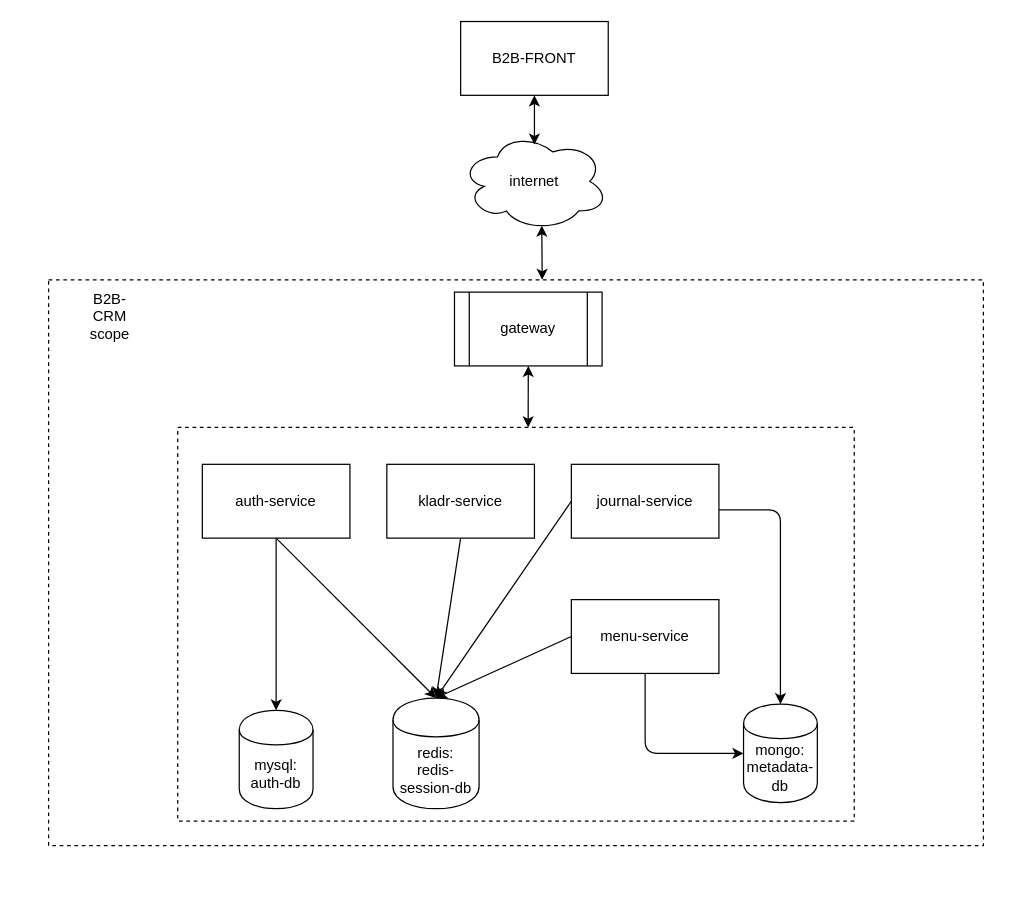
The draw.io diagram microservices-diagram.drawio in greenfield0000/deliveryfood, before the edit. Source tidied: cells renumbered, new cells numbered last; positions are measured from the earlier drawing's top-left corner, leaving out a move shared by most shapes. Both pictures are drawn from the tidied source at 123%, with x=0, y=0 at pixel (48, 21).
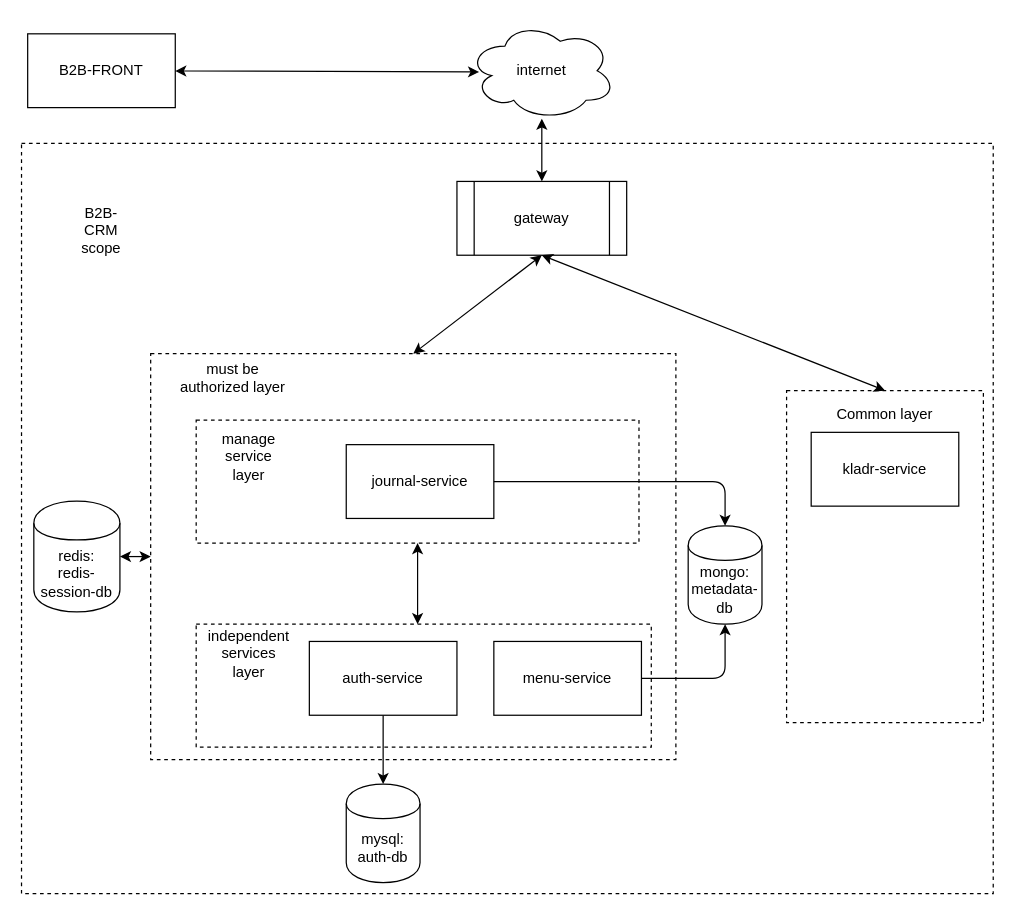
The same diagram, later.

Diff of the diagram source:
```diff
@@
-    <mxCell id="2" style="rounded=0;whiteSpace=wrap;html=1;dashed=1;fillColor=none;" parent="1" vertex="1">
-      <mxGeometry y="210" width="760" height="460" as="geometry" />
-    </mxCell>
@@
     <mxCell id="4" value="auth-service" style="rounded=0;whiteSpace=wrap;html=1;" parent="1" vertex="1">
-      <mxGeometry x="125" y="360" width="120" height="60" as="geometry" />
+      <mxGeometry x="212" y="504" width="120" height="60" as="geometry" />
     </mxCell>
     <mxCell id="5" value="mysql:&lt;br&gt;auth-db" style="shape=cylinder;whiteSpace=wrap;html=1;boundedLbl=1;backgroundOutline=1;fillColor=none;" parent="1" vertex="1">
-      <mxGeometry x="155" y="560" width="60" height="80" as="geometry" />
+      <mxGeometry x="242" y="620" width="60" height="80" as="geometry" />
     </mxCell>
     <mxCell id="6" value="redis:&lt;br&gt;redis-session-db" style="shape=cylinder;whiteSpace=wrap;html=1;boundedLbl=1;backgroundOutline=1;fillColor=none;" parent="1" vertex="1">
-      <mxGeometry x="280" y="550" width="70" height="90" as="geometry" />
+      <mxGeometry x="-12" y="390" width="70" height="90" as="geometry" />
     </mxCell>
     <mxCell id="7" value="kladr-service" style="rounded=0;whiteSpace=wrap;html=1;fillColor=none;" parent="1" vertex="1">
-      <mxGeometry x="275" y="360" width="120" height="60" as="geometry" />
+      <mxGeometry x="620" y="334" width="120" height="60" as="geometry" />
     </mxCell>
     <mxCell id="8" value="journal-service" style="rounded=0;whiteSpace=wrap;html=1;fillColor=none;" parent="1" vertex="1">
-      <mxGeometry x="425" y="360" width="120" height="60" as="geometry" />
+      <mxGeometry x="242" y="344" width="120" height="60" as="geometry" />
     </mxCell>
     <mxCell id="9" value="mongo:&lt;br&gt;metadata-db" style="shape=cylinder;whiteSpace=wrap;html=1;boundedLbl=1;backgroundOutline=1;fillColor=none;" parent="1" vertex="1">
-      <mxGeometry x="565" y="555" width="60" height="80" as="geometry" />
+      <mxGeometry x="520" y="410" width="60" height="80" as="geometry" />
     </mxCell>
     <mxCell id="10" value="menu-service" style="rounded=0;whiteSpace=wrap;html=1;fillColor=none;" parent="1" vertex="1">
-      <mxGeometry x="425" y="470" width="120" height="60" as="geometry" />
+      <mxGeometry x="362" y="504" width="120" height="60" as="geometry" />
     </mxCell>
-    <mxCell id="11" style="endArrow=classic;html=1;exitX=0.5;exitY=1;exitDx=0;exitDy=0;entryX=0.5;entryY=0;entryDx=0;entryDy=0;" parent="1" edge="1" source="4" target="6">
-      <mxGeometry relative="1" as="geometry" />
-    </mxCell>
-    <mxCell id="12" style="endArrow=classic;html=1;exitX=0.5;exitY=1;exitDx=0;exitDy=0;entryX=0.5;entryY=0;entryDx=0;entryDy=0;" parent="1" edge="1" source="7" target="6">
-      <mxGeometry relative="1" as="geometry" />
-    </mxCell>
-    <mxCell id="13" style="endArrow=classic;html=1;exitX=0;exitY=0.5;exitDx=0;exitDy=0;entryX=0.5;entryY=0;entryDx=0;entryDy=0;" parent="1" edge="1" source="8" target="6">
-      <mxGeometry relative="1" as="geometry" />
-    </mxCell>
-    <mxCell id="14" style="endArrow=classic;html=1;exitX=0;exitY=0.5;exitDx=0;exitDy=0;entryX=0.5;entryY=0;entryDx=0;entryDy=0;" parent="1" edge="1" source="10" target="6">
-      <mxGeometry relative="1" as="geometry" />
-    </mxCell>
-    <mxCell id="15" style="endArrow=classic;html=1;entryX=0.5;entryY=0;entryDx=0;entryDy=0;exitX=1;exitY=0.617;exitDx=0;exitDy=0;exitPerimeter=0;" parent="1" edge="1" source="8" target="9">
+    <mxCell id="15" style="endArrow=classic;html=1;entryX=0.5;entryY=0;entryDx=0;entryDy=0;exitX=1;exitY=0.5;exitDx=0;exitDy=0;" parent="1" edge="1" source="8" target="9">
       <mxGeometry relative="1" as="geometry">
         <Array as="points">
-          <mxPoint x="595" y="397" />
+          <mxPoint x="550" y="374" />
         </Array>
       </mxGeometry>
     </mxCell>
-    <mxCell id="16" style="endArrow=classic;html=1;exitX=0.5;exitY=1;exitDx=0;exitDy=0;entryX=0;entryY=0.5;entryDx=0;entryDy=0;" parent="1" edge="1" source="10" target="9">
+    <mxCell id="16" style="endArrow=classic;html=1;entryX=0.5;entryY=1;entryDx=0;entryDy=0;exitX=1;exitY=0.5;exitDx=0;exitDy=0;" parent="1" edge="1" source="10" target="9">
       <mxGeometry relative="1" as="geometry">
         <Array as="points">
-          <mxPoint x="485" y="595" />
+          <mxPoint x="550" y="534" />
         </Array>
       </mxGeometry>
     </mxCell>
     <mxCell id="17" value="gateway&lt;br&gt;" style="shape=process;whiteSpace=wrap;html=1;backgroundOutline=1;fillColor=none;" parent="1" vertex="1">
-      <mxGeometry x="330" y="220" width="120" height="60" as="geometry" />
+      <mxGeometry x="332" y="130" width="138" height="60" as="geometry" />
     </mxCell>
-    <mxCell id="18" style="rounded=0;whiteSpace=wrap;html=1;fillColor=none;dashed=1;" parent="1" vertex="1">
-      <mxGeometry x="105" y="330" width="550" height="320" as="geometry" />
-    </mxCell>
     <mxCell id="19" value="B2B-CRM scope" style="text;html=1;strokeColor=none;fillColor=none;align=center;verticalAlign=middle;whiteSpace=wrap;rounded=0;dashed=1;" parent="1" vertex="1">
-      <mxGeometry x="30" y="230" width="40" height="20" as="geometry" />
+      <mxGeometry x="23" y="160" width="40" height="20" as="geometry" />
     </mxCell>
-    <mxCell id="20" style="endArrow=classic;startArrow=classic;html=1;entryX=0.5;entryY=1;entryDx=0;entryDy=0;exitX=0.518;exitY=0;exitDx=0;exitDy=0;exitPerimeter=0;" parent="1" edge="1" source="18" target="17">
-      <mxGeometry relative="1" as="geometry" />
-    </mxCell>
     <mxCell id="21" value="B2B-FRONT" style="rounded=0;whiteSpace=wrap;html=1;fillColor=none;" parent="1" vertex="1">
-      <mxGeometry x="335" width="120" height="60" as="geometry" />
+      <mxGeometry x="-17" y="10" width="120" height="60" as="geometry" />
     </mxCell>
     <mxCell id="22" value="internet" style="ellipse;shape=cloud;whiteSpace=wrap;html=1;fillColor=none;" parent="1" vertex="1">
-      <mxGeometry x="335" y="90" width="120" height="80" as="geometry" />
+      <mxGeometry x="341" width="120" height="80" as="geometry" />
     </mxCell>
-    <mxCell id="23" style="endArrow=classic;startArrow=classic;html=1;entryX=0.5;entryY=1;entryDx=0;entryDy=0;exitX=0.5;exitY=0.125;exitDx=0;exitDy=0;exitPerimeter=0;" parent="1" edge="1" source="22" target="21">
-      <mxGeometry relative="1" as="geometry" />
+    <mxCell id="23" style="endArrow=classic;startArrow=classic;html=1;" parent="1" edge="1" target="21">
+      <mxGeometry relative="1" as="geometry">
+        <mxPoint x="350" y="41" as="sourcePoint" />
+      </mxGeometry>
     </mxCell>
-    <mxCell id="24" style="endArrow=classic;startArrow=classic;html=1;entryX=0.55;entryY=0.95;entryDx=0;entryDy=0;entryPerimeter=0;exitX=0.528;exitY=0;exitDx=0;exitDy=0;exitPerimeter=0;" parent="1" edge="1" source="2" target="22">
-      <mxGeometry relative="1" as="geometry" />
-    </mxCell>
+    <mxCell id="25" style="rounded=0;whiteSpace=wrap;html=1;dashed=1;fillColor=none;" parent="1" vertex="1">
+      <mxGeometry x="120" y="490" width="370" height="100" as="geometry" />
+    </mxCell>
+    <mxCell id="26" style="rounded=0;whiteSpace=wrap;html=1;dashed=1;fillColor=none;" parent="1" vertex="1">
+      <mxGeometry x="600" y="300" width="160" height="270" as="geometry" />
+    </mxCell>
+    <mxCell id="27" value="Common layer" style="text;html=1;strokeColor=none;fillColor=none;align=center;verticalAlign=middle;whiteSpace=wrap;rounded=0;dashed=1;" parent="1" vertex="1">
+      <mxGeometry x="620" y="310" width="120" height="20" as="geometry" />
+    </mxCell>
+    <mxCell id="28" value="independent services layer" style="text;html=1;strokeColor=none;fillColor=none;align=center;verticalAlign=middle;whiteSpace=wrap;rounded=0;dashed=1;" parent="1" vertex="1">
+      <mxGeometry x="143" y="504" width="40" height="20" as="geometry" />
+    </mxCell>
+    <mxCell id="29" style="endArrow=classic;startArrow=classic;html=1;entryX=0.5;entryY=1;entryDx=0;entryDy=0;" parent="1" edge="1" target="30">
+      <mxGeometry relative="1" as="geometry">
+        <mxPoint x="300" y="490" as="sourcePoint" />
+      </mxGeometry>
+    </mxCell>
+    <mxCell id="30" style="rounded=0;whiteSpace=wrap;html=1;dashed=1;fillColor=none;" parent="1" vertex="1">
+      <mxGeometry x="120" y="324" width="360" height="100" as="geometry" />
+    </mxCell>
+    <mxCell id="31" value="manage service layer" style="text;html=1;strokeColor=none;fillColor=none;align=center;verticalAlign=middle;whiteSpace=wrap;rounded=0;dashed=1;" parent="1" vertex="1">
+      <mxGeometry x="143" y="344" width="40" height="20" as="geometry" />
+    </mxCell>
+    <mxCell id="32" style="rounded=0;whiteSpace=wrap;html=1;dashed=1;fillColor=none;" parent="1" vertex="1">
+      <mxGeometry x="83" y="270" width="427" height="330" as="geometry" />
+    </mxCell>
+    <mxCell id="33" value="must be authorized layer" style="text;html=1;strokeColor=none;fillColor=none;align=center;verticalAlign=middle;whiteSpace=wrap;rounded=0;dashed=1;" parent="1" vertex="1">
+      <mxGeometry x="100" y="280" width="100" height="20" as="geometry" />
+    </mxCell>
+    <mxCell id="34" style="endArrow=classic;startArrow=classic;html=1;exitX=1;exitY=0.5;exitDx=0;exitDy=0;entryX=0;entryY=0.5;entryDx=0;entryDy=0;" parent="1" edge="1" source="6" target="32">
+      <mxGeometry relative="1" as="geometry" />
+    </mxCell>
+    <mxCell id="35" style="endArrow=classic;startArrow=classic;html=1;exitX=0.5;exitY=0;exitDx=0;exitDy=0;entryX=0.5;entryY=1;entryDx=0;entryDy=0;" parent="1" edge="1" source="32" target="17">
+      <mxGeometry relative="1" as="geometry" />
+    </mxCell>
+    <mxCell id="36" style="endArrow=classic;startArrow=classic;html=1;entryX=0.5;entryY=1;entryDx=0;entryDy=0;exitX=0.5;exitY=0;exitDx=0;exitDy=0;" parent="1" edge="1" source="26" target="17">
+      <mxGeometry relative="1" as="geometry" />
+    </mxCell>
+    <mxCell id="37" style="rounded=0;whiteSpace=wrap;html=1;dashed=1;fillColor=none;" parent="1" vertex="1">
+      <mxGeometry x="-22" y="99" width="790" height="610" as="geometry" />
+    </mxCell>
+    <mxCell id="38" style="endArrow=classic;startArrow=classic;html=1;exitX=0.5;exitY=0;exitDx=0;exitDy=0;entryX=0.5;entryY=0.988;entryDx=0;entryDy=0;entryPerimeter=0;" parent="1" edge="1" source="17" target="22">
+      <mxGeometry relative="1" as="geometry" />
+    </mxCell>
```
